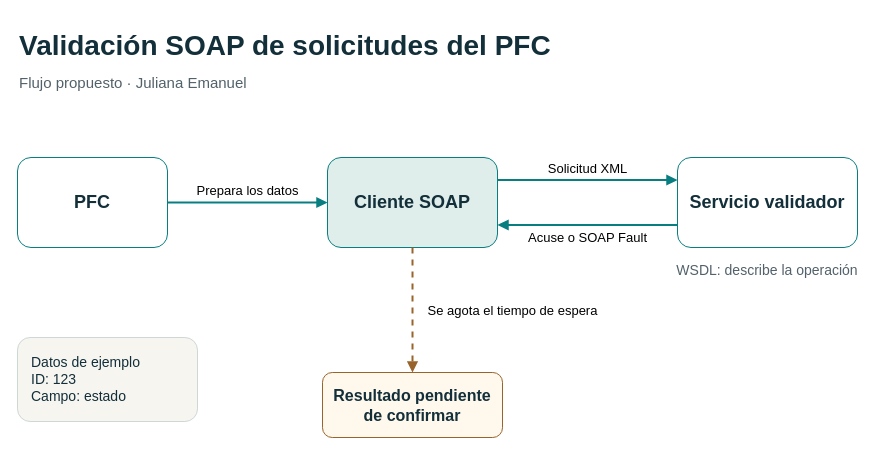
Above: diagramas/juliana-soap.drawio in yaser-uwu/GA-SUM-01-EXP-1- (draw.io), before the change. Source tidied: cells renumbered, new cells numbered last; positions are measured from the earlier drawing's top-left corner, leaving out a move shared by most shapes. Both pictures are drawn from the tidied source at 100%, with x=0, y=0 at pixel (17, 17).
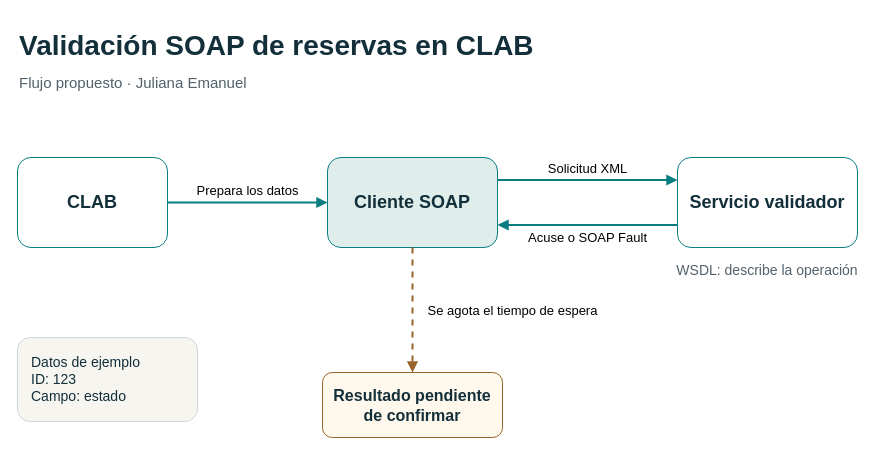
The same page after the edit.

Commit message (it also covers changes not shown here):
Identifica CLAB en el diagrama de validación SOAP

Change to the diagram source:
```diff
@@
 <mxGraphModel>
   <root>
     <mxCell id="0" />
     <mxCell id="1" parent="0" />
-    <mxCell id="2" value="Validación SOAP de solicitudes del PFC" style="text;align=left;verticalAlign=middle;fontSize=28;fontStyle=1;fontColor=#132F3A;" parent="1" vertex="1">
+    <mxCell id="2" value="Validación SOAP de reservas en CLAB" style="text;align=left;verticalAlign=middle;fontSize=28;fontStyle=1;fontColor=#132F3A;" parent="1" vertex="1">
       <mxGeometry width="840" height="50" as="geometry" />
     </mxCell>
     <mxCell id="3" value="Flujo propuesto · Juliana Emanuel" style="text;align=left;verticalAlign=middle;fontSize=15;fontColor=#52616A;" parent="1" vertex="1">
       <mxGeometry y="51" width="840" height="26" as="geometry" />
     </mxCell>
-    <mxCell id="4" value="PFC" style="rounded=1;whiteSpace=wrap;html=1;fillColor=#FFFFFF;strokeColor=#087E81;fontColor=#132F3A;fontSize=18;fontStyle=1;" parent="1" vertex="1">
+    <mxCell id="4" value="CLAB" style="rounded=1;whiteSpace=wrap;html=1;fillColor=#FFFFFF;strokeColor=#087E81;fontColor=#132F3A;fontSize=18;fontStyle=1;" parent="1" vertex="1">
       <mxGeometry y="140" width="150" height="90" as="geometry" />
     </mxCell>
     <mxCell id="5" value="Cliente SOAP" style="rounded=1;whiteSpace=wrap;html=1;fillColor=#DFEEEB;strokeColor=#087E81;fontColor=#132F3A;fontSize=18;fontStyle=1;" parent="1" vertex="1">
       <mxGeometry x="310" y="140" width="170" height="90" as="geometry" />
     </mxCell>
     <mxCell id="6" value="Servicio validador" style="rounded=1;whiteSpace=wrap;html=1;fillColor=#FFFFFF;strokeColor=#087E81;fontColor=#132F3A;fontSize=18;fontStyle=1;" parent="1" vertex="1">
       <mxGeometry x="660" y="140" width="180" height="90" as="geometry" />
     </mxCell>
     <mxCell id="7" value="WSDL: describe la operación" style="text;align=center;verticalAlign=middle;fontSize=14;fontColor=#52616A;" parent="1" vertex="1">
       <mxGeometry x="645" y="238" width="210" height="28" as="geometry" />
     </mxCell>
     <mxCell id="8" value="Resultado pendiente&lt;br&gt;de confirmar" style="rounded=1;whiteSpace=wrap;html=1;fillColor=#FFF8EC;strokeColor=#98642C;fontColor=#132F3A;fontSize=16;fontStyle=1;" parent="1" vertex="1">
       <mxGeometry x="305" y="355" width="180" height="65" as="geometry" />
     </mxCell>
     <mxCell id="9" value="Prepara los datos" style="edgeStyle=orthogonalEdgeStyle;exitX=1;exitY=0.5;entryX=0;entryY=0.5;html=1;endArrow=block;strokeColor=#087E81;strokeWidth=2;fontSize=13;labelBackgroundColor=#FFFFFF;" parent="1" edge="1" source="4" target="5">
       <mxGeometry relative="1" as="geometry">
         <mxPoint y="-12" as="offset" />
       </mxGeometry>
     </mxCell>
     <mxCell id="10" value="Solicitud XML" style="edgeStyle=orthogonalEdgeStyle;exitX=1;exitY=0.25;entryX=0;entryY=0.25;html=1;endArrow=block;strokeColor=#087E81;strokeWidth=2;fontSize=13;labelBackgroundColor=#FFFFFF;" parent="1" edge="1" source="5" target="6">
       <mxGeometry relative="1" as="geometry">
         <mxPoint y="-12" as="offset" />
       </mxGeometry>
     </mxCell>
     <mxCell id="11" value="Acuse o SOAP Fault" style="edgeStyle=orthogonalEdgeStyle;exitX=0;exitY=0.75;entryX=1;entryY=0.75;html=1;endArrow=block;strokeColor=#087E81;strokeWidth=2;fontSize=13;labelBackgroundColor=#FFFFFF;" parent="1" edge="1" source="6" target="5">
       <mxGeometry relative="1" as="geometry">
         <mxPoint y="12" as="offset" />
       </mxGeometry>
     </mxCell>
     <mxCell id="12" value="Se agota el tiempo de espera" style="edgeStyle=orthogonalEdgeStyle;exitX=0.5;exitY=1;entryX=0.5;entryY=0;html=1;endArrow=block;dashed=1;strokeColor=#98642C;strokeWidth=2;fontSize=13;labelBackgroundColor=#FFFFFF;" parent="1" edge="1" source="5" target="8">
       <mxGeometry relative="1" as="geometry">
         <mxPoint x="100" as="offset" />
       </mxGeometry>
     </mxCell>
     <mxCell id="13" value="Datos de ejemplo&lt;br&gt;ID: 123&lt;br&gt;Campo: estado" style="rounded=1;whiteSpace=wrap;html=1;align=left;spacingLeft=12;fillColor=#F6F5F0;strokeColor=#CDD8D6;fontColor=#132F3A;fontSize=14;" parent="1" vertex="1">
       <mxGeometry y="320" width="180" height="84" as="geometry" />
     </mxCell>
   </root>
 </mxGraphModel>
```
